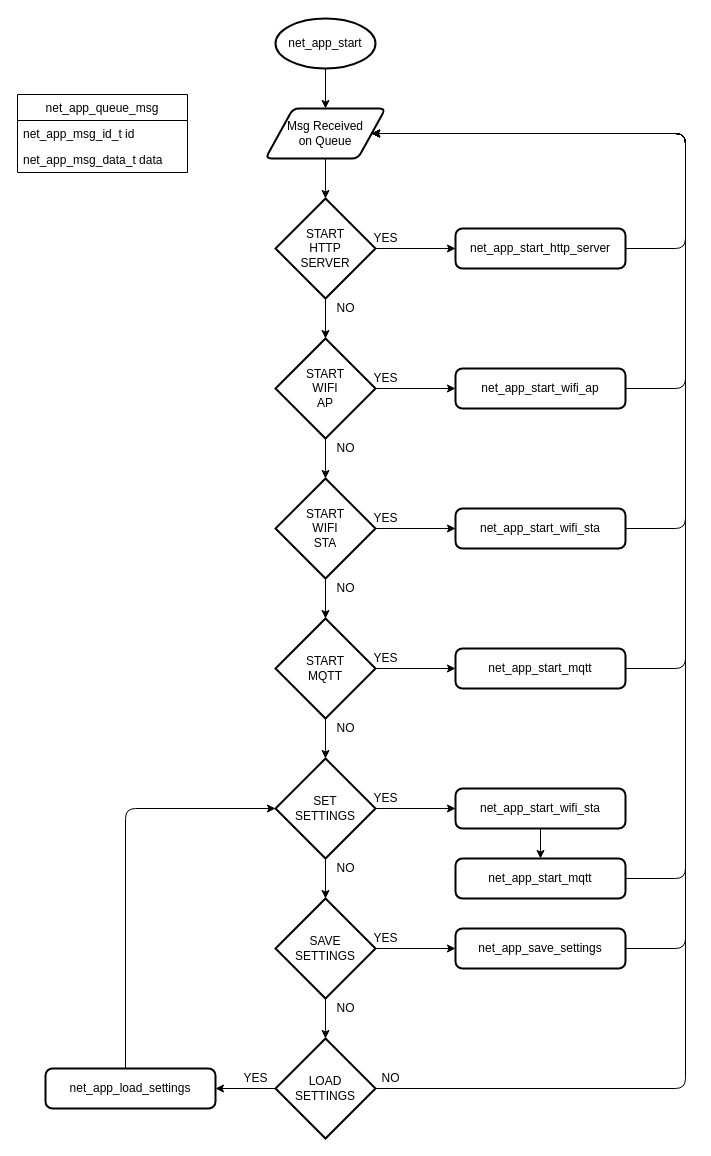
Before: page "net_app" (2 of 2) of net_app.drawio in WesleyJoseSantos/net_app, a draw.io diagram. Source tidied: cells renumbered, new cells numbered last; positions are measured from the earlier drawing's top-left corner, leaving out a move shared by most shapes. Both pictures are drawn from the tidied source at 100%, with x=0, y=0 at pixel (17, 18).
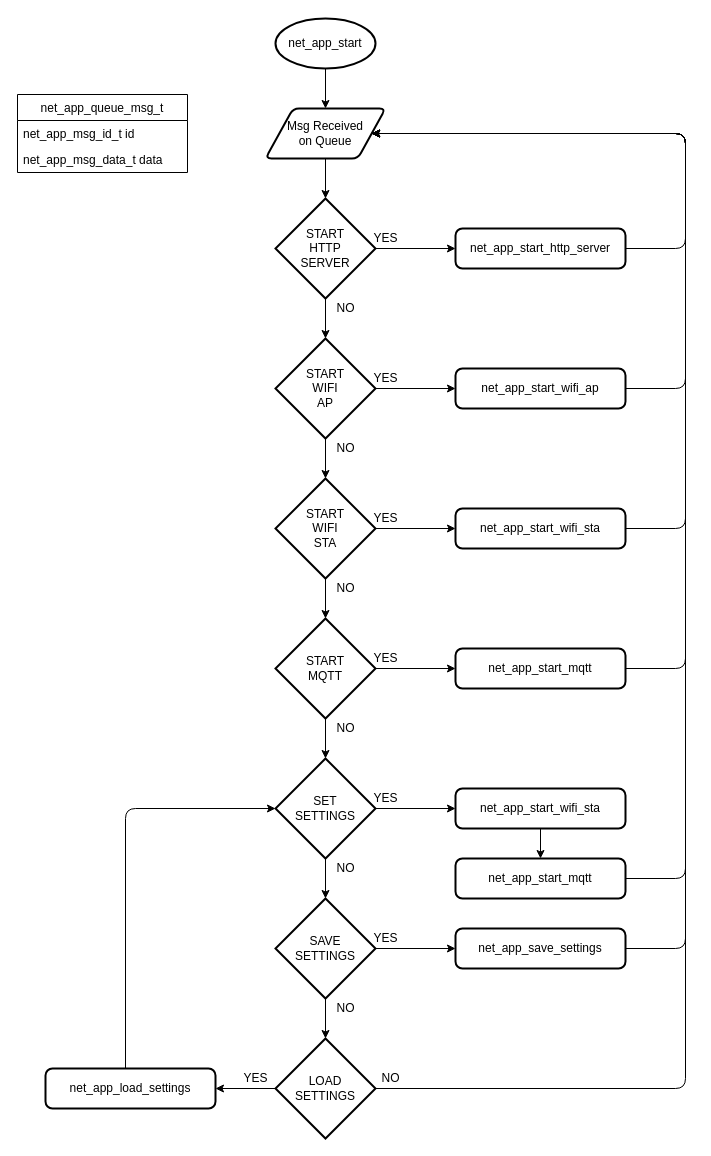
After the change.

Commit message:
doc: add http page

Change to the diagram source:
```diff
@@
-    <mxCell id="57" value="net_app_queue_msg" style="swimlane;fontStyle=0;horizontal=1;startSize=26;fillColor=none;" parent="1" vertex="1">
+    <mxCell id="57" value="net_app_queue_msg_t" style="swimlane;fontStyle=0;horizontal=1;startSize=26;fillColor=none;" parent="1" vertex="1">
       <mxGeometry y="76" width="170" height="78" as="geometry" />
     </mxCell>
```
